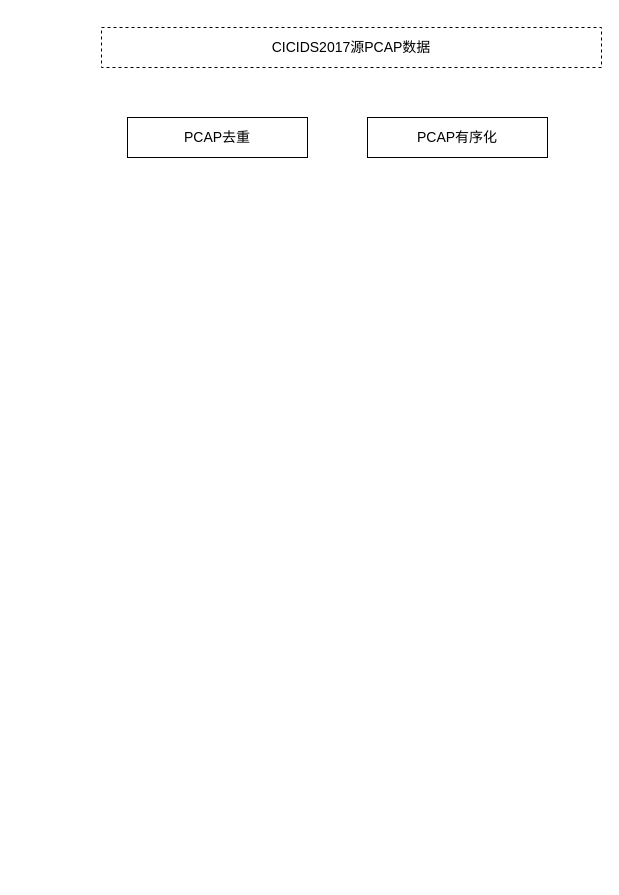
The draw.io diagram images/final.drawio in Seanxz401/draws, before the edit. Source tidied: cells renumbered, new cells numbered last; positions are measured from the earlier drawing's top-left corner, leaving out a move shared by most shapes. Both pictures are drawn from the tidied source at 100%, with x=0, y=0 at pixel (101, 27).
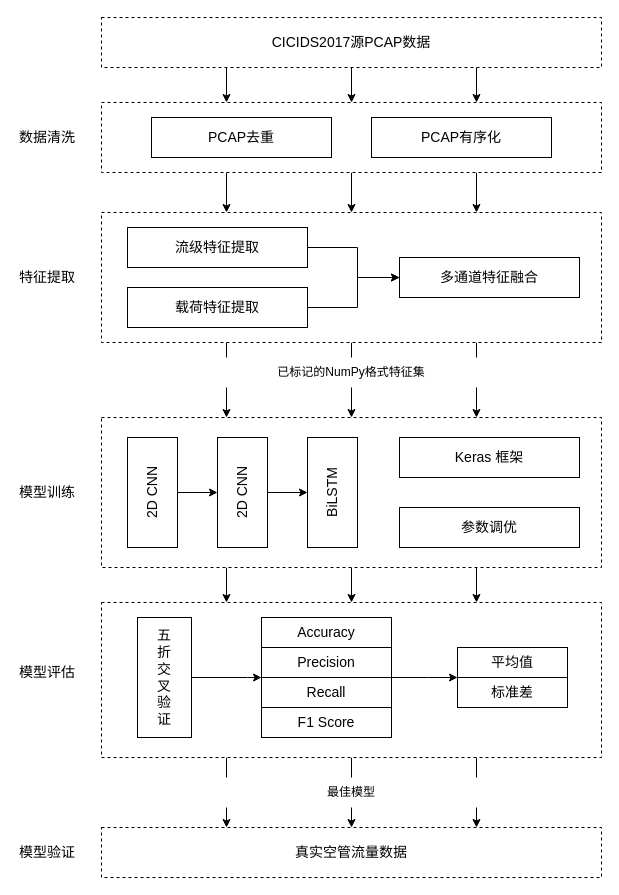
The same page after the edit.

The edit, as a diff of the source:
```diff
@@
+    <mxCell id="5" style="edgeStyle=orthogonalEdgeStyle;rounded=0;jettySize=auto;html=1;exitX=0.25;exitY=1;exitDx=0;exitDy=0;entryX=0.25;entryY=0;entryDx=0;entryDy=0;" parent="1" edge="1" source="8" target="54">
+      <mxGeometry relative="1" as="geometry" />
+    </mxCell>
+    <mxCell id="6" style="edgeStyle=orthogonalEdgeStyle;rounded=0;jettySize=auto;html=1;exitX=0.5;exitY=1;exitDx=0;exitDy=0;entryX=0.5;entryY=0;entryDx=0;entryDy=0;" parent="1" edge="1" source="8" target="54">
+      <mxGeometry relative="1" as="geometry" />
+    </mxCell>
+    <mxCell id="7" style="edgeStyle=orthogonalEdgeStyle;rounded=0;jettySize=auto;html=1;exitX=0.75;exitY=1;exitDx=0;exitDy=0;entryX=0.75;entryY=0;entryDx=0;entryDy=0;" parent="1" edge="1" source="8" target="54">
+      <mxGeometry relative="1" as="geometry" />
+    </mxCell>
+    <mxCell id="8" style="rounded=0;whiteSpace=wrap;html=1;dashed=1;" parent="1" vertex="1">
+      <mxGeometry y="575" width="500" height="155" as="geometry" />
+    </mxCell>
+    <mxCell id="9" style="edgeStyle=orthogonalEdgeStyle;rounded=0;jettySize=auto;html=1;exitX=0.25;exitY=1;exitDx=0;exitDy=0;entryX=0.25;entryY=0;entryDx=0;entryDy=0;" parent="1" edge="1" source="12" target="8">
+      <mxGeometry relative="1" as="geometry" />
+    </mxCell>
+    <mxCell id="10" style="edgeStyle=orthogonalEdgeStyle;rounded=0;jettySize=auto;html=1;exitX=0.5;exitY=1;exitDx=0;exitDy=0;entryX=0.5;entryY=0;entryDx=0;entryDy=0;" parent="1" edge="1" source="12" target="8">
+      <mxGeometry relative="1" as="geometry" />
+    </mxCell>
+    <mxCell id="11" style="edgeStyle=orthogonalEdgeStyle;rounded=0;jettySize=auto;html=1;exitX=0.75;exitY=1;exitDx=0;exitDy=0;entryX=0.75;entryY=0;entryDx=0;entryDy=0;" parent="1" edge="1" source="12" target="8">
+      <mxGeometry relative="1" as="geometry" />
+    </mxCell>
+    <mxCell id="12" style="rounded=0;whiteSpace=wrap;html=1;dashed=1;" parent="1" vertex="1">
+      <mxGeometry y="390" width="500" height="150" as="geometry" />
+    </mxCell>
+    <mxCell id="13" style="edgeStyle=orthogonalEdgeStyle;rounded=0;jettySize=auto;html=1;exitX=0.25;exitY=1;exitDx=0;exitDy=0;entryX=0.25;entryY=0;entryDx=0;entryDy=0;" parent="1" edge="1" source="16" target="12">
+      <mxGeometry relative="1" as="geometry" />
+    </mxCell>
+    <mxCell id="14" style="edgeStyle=orthogonalEdgeStyle;rounded=0;jettySize=auto;html=1;exitX=0.5;exitY=1;exitDx=0;exitDy=0;entryX=0.5;entryY=0;entryDx=0;entryDy=0;" parent="1" edge="1" source="16" target="12">
+      <mxGeometry relative="1" as="geometry" />
+    </mxCell>
+    <mxCell id="15" style="edgeStyle=orthogonalEdgeStyle;rounded=0;jettySize=auto;html=1;exitX=0.75;exitY=1;exitDx=0;exitDy=0;entryX=0.75;entryY=0;entryDx=0;entryDy=0;" parent="1" edge="1" source="16" target="12">
+      <mxGeometry relative="1" as="geometry" />
+    </mxCell>
+    <mxCell id="16" style="rounded=0;whiteSpace=wrap;html=1;dashed=1;" parent="1" vertex="1">
+      <mxGeometry y="185" width="500" height="130" as="geometry" />
+    </mxCell>
+    <mxCell id="17" style="edgeStyle=orthogonalEdgeStyle;rounded=0;jettySize=auto;html=1;exitX=0.25;exitY=1;exitDx=0;exitDy=0;entryX=0.25;entryY=0;entryDx=0;entryDy=0;" parent="1" edge="1" source="20" target="16">
+      <mxGeometry relative="1" as="geometry" />
+    </mxCell>
+    <mxCell id="18" style="edgeStyle=orthogonalEdgeStyle;rounded=0;jettySize=auto;html=1;exitX=0.5;exitY=1;exitDx=0;exitDy=0;entryX=0.5;entryY=0;entryDx=0;entryDy=0;" parent="1" edge="1" source="20" target="16">
+      <mxGeometry relative="1" as="geometry" />
+    </mxCell>
+    <mxCell id="19" style="edgeStyle=orthogonalEdgeStyle;rounded=0;jettySize=auto;html=1;exitX=0.75;exitY=1;exitDx=0;exitDy=0;entryX=0.75;entryY=0;entryDx=0;entryDy=0;" parent="1" edge="1" source="20" target="16">
+      <mxGeometry relative="1" as="geometry" />
+    </mxCell>
+    <mxCell id="20" style="rounded=0;whiteSpace=wrap;html=1;dashed=1;" parent="1" vertex="1">
+      <mxGeometry y="75" width="500" height="70" as="geometry" />
+    </mxCell>
+    <mxCell id="21" style="edgeStyle=orthogonalEdgeStyle;rounded=0;jettySize=auto;html=1;entryX=0.5;entryY=0;entryDx=0;entryDy=0;" parent="1" edge="1" source="2" target="20">
+      <mxGeometry relative="1" as="geometry" />
+    </mxCell>
+    <mxCell id="22" style="edgeStyle=orthogonalEdgeStyle;rounded=0;jettySize=auto;html=1;exitX=0.75;exitY=1;exitDx=0;exitDy=0;entryX=0.75;entryY=0;entryDx=0;entryDy=0;" parent="1" edge="1" source="2" target="20">
+      <mxGeometry relative="1" as="geometry" />
+    </mxCell>
     <mxCell id="2" value="&lt;font style=&quot;font-size: 14px;&quot;&gt;CICIDS2017源PCAP数据&lt;/font&gt;" style="rounded=0;whiteSpace=wrap;html=1;dashed=1;" parent="1" vertex="1">
-      <mxGeometry width="500" height="40" as="geometry" />
+      <mxGeometry y="-10" width="500" height="50" as="geometry" />
     </mxCell>
     <mxCell id="3" value="&lt;font style=&quot;font-size: 14px;&quot;&gt;PCAP&lt;/font&gt;&lt;span style=&quot;font-size: 14px; background-color: initial;&quot;&gt;去重&lt;/span&gt;" style="rounded=0;whiteSpace=wrap;html=1;" parent="1" vertex="1">
-      <mxGeometry x="26" y="90" width="180" height="40" as="geometry" />
+      <mxGeometry x="50" y="90" width="180" height="40" as="geometry" />
     </mxCell>
     <mxCell id="4" value="&lt;font style=&quot;font-size: 14px;&quot;&gt;PCAP有序化&lt;/font&gt;" style="rounded=0;whiteSpace=wrap;html=1;" parent="1" vertex="1">
-      <mxGeometry x="266" y="90" width="180" height="40" as="geometry" />
+      <mxGeometry x="270" y="90" width="180" height="40" as="geometry" />
     </mxCell>
+    <mxCell id="23" style="edgeStyle=orthogonalEdgeStyle;rounded=0;jettySize=auto;html=1;exitX=1;exitY=0.5;exitDx=0;exitDy=0;" parent="1" edge="1" source="24" target="27">
+      <mxGeometry relative="1" as="geometry">
+        <Array as="points">
+          <mxPoint x="256" y="220" />
+          <mxPoint x="256" y="250" />
+        </Array>
+      </mxGeometry>
+    </mxCell>
+    <mxCell id="24" value="&lt;span style=&quot;font-size: 14px;&quot;&gt;流级特征提取&lt;/span&gt;" style="rounded=0;whiteSpace=wrap;html=1;" parent="1" vertex="1">
+      <mxGeometry x="26" y="200" width="180" height="40" as="geometry" />
+    </mxCell>
+    <mxCell id="25" style="edgeStyle=orthogonalEdgeStyle;rounded=0;jettySize=auto;html=1;exitX=1;exitY=0.5;exitDx=0;exitDy=0;entryX=0;entryY=0.5;entryDx=0;entryDy=0;" parent="1" edge="1" source="26" target="27">
+      <mxGeometry relative="1" as="geometry">
+        <Array as="points">
+          <mxPoint x="256" y="280" />
+          <mxPoint x="256" y="250" />
+        </Array>
+      </mxGeometry>
+    </mxCell>
+    <mxCell id="26" value="&lt;span style=&quot;font-size: 14px;&quot;&gt;载荷&lt;/span&gt;&lt;span style=&quot;font-size: 14px; background-color: initial;&quot;&gt;特征提取&lt;/span&gt;" style="rounded=0;whiteSpace=wrap;html=1;" parent="1" vertex="1">
+      <mxGeometry x="26" y="260" width="180" height="40" as="geometry" />
+    </mxCell>
+    <mxCell id="27" value="&lt;font style=&quot;font-size: 14px;&quot;&gt;多通道特征融合&lt;/font&gt;" style="rounded=0;whiteSpace=wrap;html=1;" parent="1" vertex="1">
+      <mxGeometry x="298" y="230" width="180" height="40" as="geometry" />
+    </mxCell>
+    <mxCell id="28" value="&lt;font style=&quot;font-size: 14px;&quot;&gt;数&lt;font style=&quot;font-size: 14px;&quot;&gt;据清洗&lt;/font&gt;&lt;/font&gt;" style="text;html=1;align=center;verticalAlign=middle;whiteSpace=wrap;rounded=0;" parent="1" vertex="1">
+      <mxGeometry x="-84" y="95" width="60" height="30" as="geometry" />
+    </mxCell>
+    <mxCell id="29" style="endArrow=classic;html=1;rounded=0;exitX=0.25;exitY=1;exitDx=0;exitDy=0;entryX=0.25;entryY=0;entryDx=0;entryDy=0;" parent="1" edge="1" source="2" target="20">
+      <mxGeometry relative="1" as="geometry" />
+    </mxCell>
+    <mxCell id="30" value="&lt;span style=&quot;font-size: 14px;&quot;&gt;特征提取&lt;/span&gt;" style="text;html=1;align=center;verticalAlign=middle;whiteSpace=wrap;rounded=0;" parent="1" vertex="1">
+      <mxGeometry x="-84" y="235" width="60" height="30" as="geometry" />
+    </mxCell>
+    <mxCell id="31" style="edgeStyle=orthogonalEdgeStyle;rounded=0;jettySize=auto;html=1;exitX=1;exitY=0.5;exitDx=0;exitDy=0;entryX=0;entryY=0.5;entryDx=0;entryDy=0;" parent="1" edge="1" source="32" target="34">
+      <mxGeometry relative="1" as="geometry" />
+    </mxCell>
+    <mxCell id="32" value="&lt;font style=&quot;font-size: 14px;&quot;&gt;2D CNN&lt;/font&gt;" style="rounded=0;whiteSpace=wrap;html=1;horizontal=0;" parent="1" vertex="1">
+      <mxGeometry x="26" y="410" width="50" height="110" as="geometry" />
+    </mxCell>
+    <mxCell id="33" style="edgeStyle=orthogonalEdgeStyle;rounded=0;jettySize=auto;html=1;entryX=0;entryY=0.5;entryDx=0;entryDy=0;" parent="1" edge="1" source="34" target="35">
+      <mxGeometry relative="1" as="geometry" />
+    </mxCell>
+    <mxCell id="34" value="&lt;font style=&quot;font-size: 14px;&quot;&gt;2D CNN&lt;/font&gt;" style="rounded=0;whiteSpace=wrap;html=1;horizontal=0;" parent="1" vertex="1">
+      <mxGeometry x="116" y="410" width="50" height="110" as="geometry" />
+    </mxCell>
+    <mxCell id="35" value="&lt;font style=&quot;font-size: 14px;&quot;&gt;BiLSTM&lt;/font&gt;" style="rounded=0;whiteSpace=wrap;html=1;horizontal=0;" parent="1" vertex="1">
+      <mxGeometry x="206" y="410" width="50" height="110" as="geometry" />
+    </mxCell>
+    <mxCell id="36" value="&lt;font style=&quot;font-size: 14px;&quot;&gt;Keras 框架&lt;/font&gt;" style="rounded=0;whiteSpace=wrap;html=1;" parent="1" vertex="1">
+      <mxGeometry x="298" y="410" width="180" height="40" as="geometry" />
+    </mxCell>
+    <mxCell id="37" value="&lt;span style=&quot;font-size: 14px;&quot;&gt;参数调优&lt;/span&gt;" style="rounded=0;whiteSpace=wrap;html=1;" parent="1" vertex="1">
+      <mxGeometry x="298" y="480" width="180" height="40" as="geometry" />
+    </mxCell>
+    <mxCell id="38" value="已标记的NumPy格式特征集" style="rounded=0;whiteSpace=wrap;html=1;strokeColor=none;" parent="1" vertex="1">
+      <mxGeometry x="107" y="330" width="286" height="30" as="geometry" />
+    </mxCell>
+    <mxCell id="39" value="&lt;span style=&quot;font-size: 14px;&quot;&gt;模型训练&lt;/span&gt;" style="text;html=1;align=center;verticalAlign=middle;whiteSpace=wrap;rounded=0;" parent="1" vertex="1">
+      <mxGeometry x="-84" y="450" width="60" height="30" as="geometry" />
+    </mxCell>
+    <mxCell id="40" style="edgeStyle=orthogonalEdgeStyle;rounded=0;jettySize=auto;html=1;entryX=0;entryY=0;entryDx=0;entryDy=0;" parent="1" edge="1" source="41" target="45">
+      <mxGeometry relative="1" as="geometry">
+        <Array as="points">
+          <mxPoint x="146" y="650" />
+          <mxPoint x="146" y="650" />
+        </Array>
+      </mxGeometry>
+    </mxCell>
+    <mxCell id="41" value="&lt;span style=&quot;font-size: 14px;&quot;&gt;五&lt;/span&gt;&lt;div&gt;&lt;span style=&quot;font-size: 14px;&quot;&gt;折&lt;/span&gt;&lt;/div&gt;&lt;div&gt;&lt;span style=&quot;font-size: 14px;&quot;&gt;交&lt;/span&gt;&lt;/div&gt;&lt;div&gt;&lt;span style=&quot;font-size: 14px;&quot;&gt;叉&lt;/span&gt;&lt;/div&gt;&lt;div&gt;&lt;span style=&quot;font-size: 14px;&quot;&gt;验&lt;/span&gt;&lt;/div&gt;&lt;div&gt;&lt;span style=&quot;font-size: 14px;&quot;&gt;证&lt;/span&gt;&lt;/div&gt;" style="rounded=0;whiteSpace=wrap;html=1;horizontal=1;" parent="1" vertex="1">
+      <mxGeometry x="36" y="590" width="54" height="120" as="geometry" />
+    </mxCell>
+    <mxCell id="42" style="group;" parent="1" vertex="1">
+      <mxGeometry x="160" y="590" width="252" height="130" as="geometry" />
+    </mxCell>
+    <mxCell id="43" value="&lt;span style=&quot;font-size: 14px;&quot;&gt;Accuracy&lt;/span&gt;" style="rounded=0;whiteSpace=wrap;html=1;" parent="42" vertex="1">
+      <mxGeometry width="130" height="30" as="geometry" />
+    </mxCell>
+    <mxCell id="44" value="&lt;span style=&quot;font-size: 14px;&quot;&gt;Precision&lt;/span&gt;" style="rounded=0;whiteSpace=wrap;html=1;" parent="42" vertex="1">
+      <mxGeometry y="30" width="130" height="30" as="geometry" />
+    </mxCell>
+    <mxCell id="45" value="&lt;span style=&quot;font-size: 14px;&quot;&gt;Recall&lt;/span&gt;" style="rounded=0;whiteSpace=wrap;html=1;" parent="42" vertex="1">
+      <mxGeometry y="60" width="130" height="30" as="geometry" />
+    </mxCell>
+    <mxCell id="46" value="&lt;span style=&quot;font-size: 14px;&quot;&gt;F1 Score&lt;/span&gt;" style="rounded=0;whiteSpace=wrap;html=1;" parent="42" vertex="1">
+      <mxGeometry y="90" width="130" height="30" as="geometry" />
+    </mxCell>
+    <mxCell id="47" style="group;" parent="1" vertex="1">
+      <mxGeometry x="366" y="620" width="110" height="60" as="geometry" />
+    </mxCell>
+    <mxCell id="48" style="group;" parent="47" vertex="1">
+      <mxGeometry x="-10" width="110" height="60" as="geometry" />
+    </mxCell>
+    <mxCell id="49" value="&lt;span style=&quot;font-size: 14px;&quot;&gt;平均值&lt;/span&gt;" style="rounded=0;whiteSpace=wrap;html=1;" parent="48" vertex="1">
+      <mxGeometry width="110" height="30" as="geometry" />
+    </mxCell>
+    <mxCell id="50" value="&lt;span style=&quot;font-size: 14px;&quot;&gt;标准差&lt;/span&gt;" style="rounded=0;whiteSpace=wrap;html=1;" parent="48" vertex="1">
+      <mxGeometry y="30" width="110" height="30" as="geometry" />
+    </mxCell>
+    <mxCell id="51" style="edgeStyle=orthogonalEdgeStyle;rounded=0;orthogonalLoop=1;jettySize=auto;html=1;exitX=0.5;exitY=1;exitDx=0;exitDy=0;" parent="48" edge="1" source="49" target="49">
+      <mxGeometry relative="1" as="geometry" />
+    </mxCell>
+    <mxCell id="52" style="edgeStyle=orthogonalEdgeStyle;rounded=0;jettySize=auto;html=1;exitX=1;exitY=0;exitDx=0;exitDy=0;entryX=0;entryY=0;entryDx=0;entryDy=0;" parent="1" edge="1" source="45" target="50">
+      <mxGeometry relative="1" as="geometry">
+        <Array as="points">
+          <mxPoint x="326" y="650" />
+          <mxPoint x="326" y="650" />
+        </Array>
+      </mxGeometry>
+    </mxCell>
+    <mxCell id="53" value="&lt;span style=&quot;font-size: 14px;&quot;&gt;模型评估&lt;/span&gt;" style="text;html=1;align=center;verticalAlign=middle;whiteSpace=wrap;rounded=0;" parent="1" vertex="1">
+      <mxGeometry x="-84" y="630" width="60" height="30" as="geometry" />
+    </mxCell>
+    <mxCell id="54" value="&lt;font style=&quot;font-size: 14px;&quot;&gt;真实空管流量数据&lt;/font&gt;" style="rounded=0;whiteSpace=wrap;html=1;dashed=1;" parent="1" vertex="1">
+      <mxGeometry y="800" width="500" height="50" as="geometry" />
+    </mxCell>
+    <mxCell id="55" value="最佳模型" style="rounded=0;whiteSpace=wrap;html=1;strokeColor=none;" parent="1" vertex="1">
+      <mxGeometry x="107" y="750" width="286" height="30" as="geometry" />
+    </mxCell>
+    <mxCell id="56" value="&lt;span style=&quot;font-size: 14px;&quot;&gt;模型验证&lt;/span&gt;" style="text;html=1;align=center;verticalAlign=middle;whiteSpace=wrap;rounded=0;" parent="1" vertex="1">
+      <mxGeometry x="-84" y="810" width="60" height="30" as="geometry" />
+    </mxCell>
```
